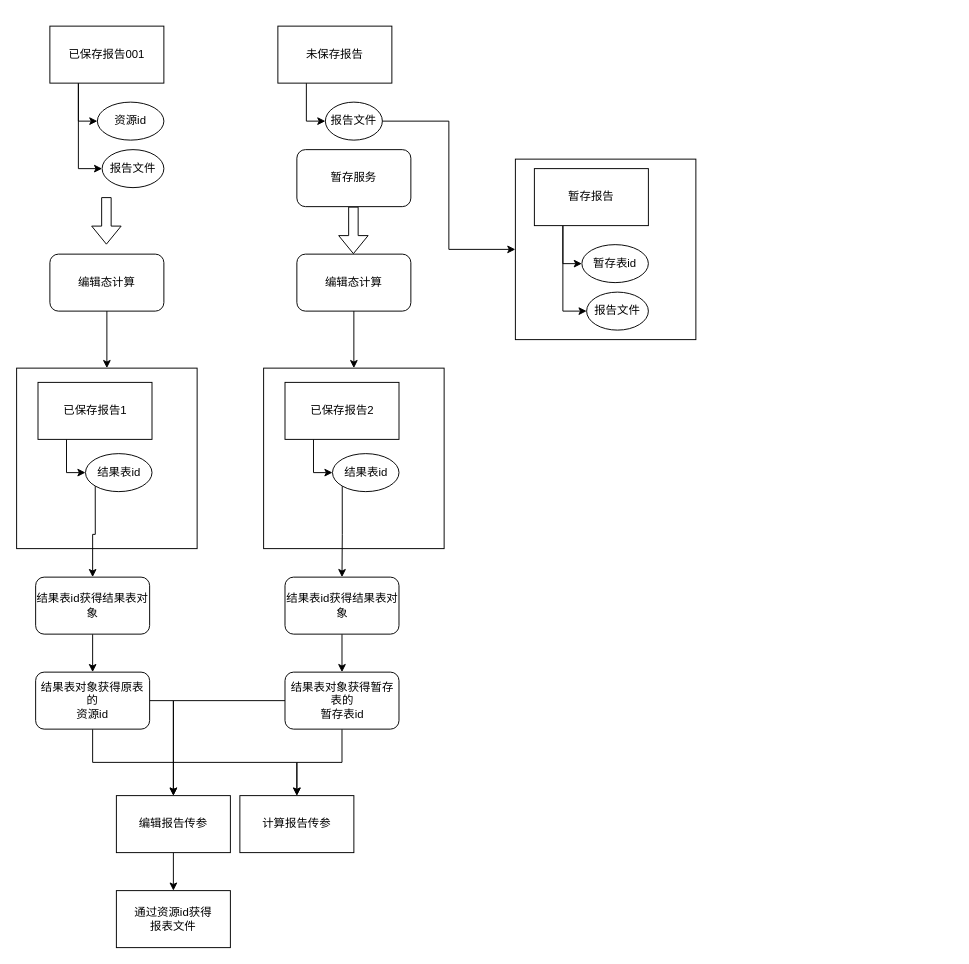
NyarAlex/blog keeps this draw.io diagram as 计算后计算图解.drawio. Above is the earlier version. Source tidied: cells renumbered, new cells numbered last; positions are measured from the earlier drawing's top-left corner, leaving out a move shared by most shapes. Both pictures are drawn from the tidied source at 95%, with x=0, y=0 at pixel (16, 26).
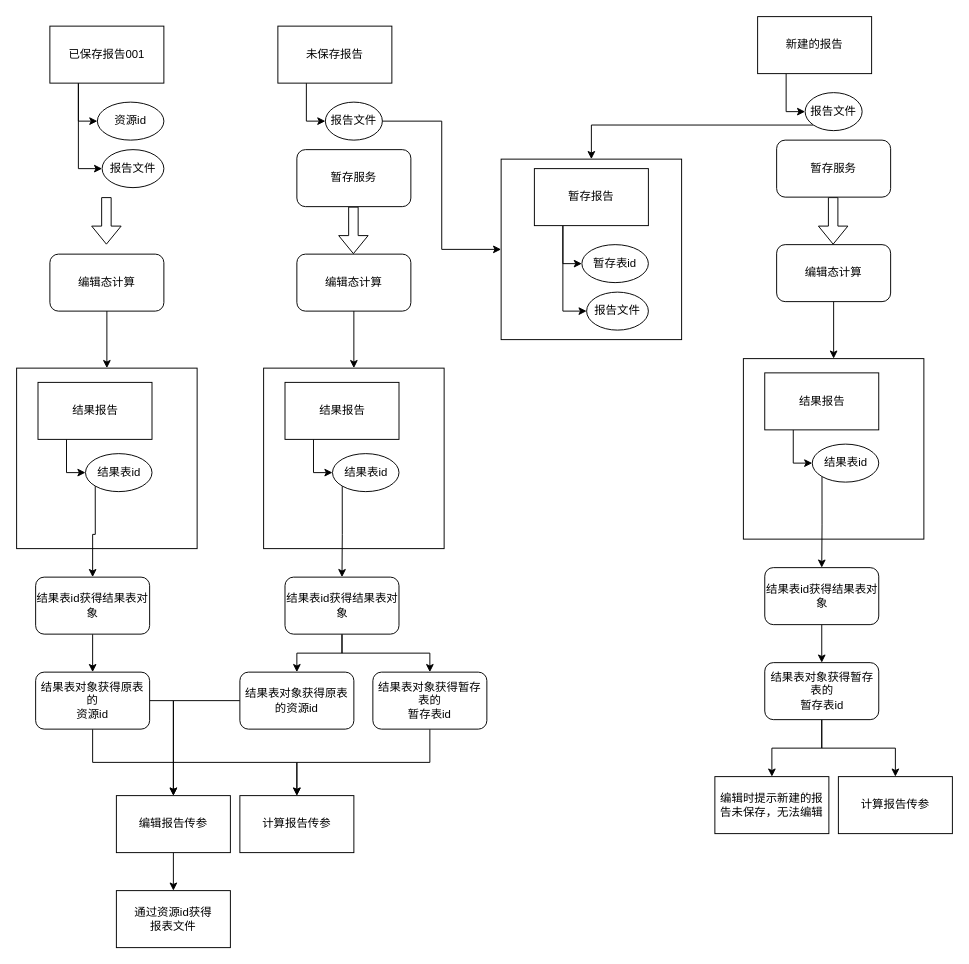
The same diagram, later.

Commit message (it also covers changes not shown here):
更新计算后计算图解.drawio

The change refers to these unchanged cells:
```xml
<mxCell id="35" value="编辑报告传参" style="rounded=0;whiteSpace=wrap;html=1;" parent="1" vertex="1">
  <mxGeometry x="105" y="810" width="120" height="60" as="geometry" />
</mxCell>
<mxCell id="43" value="结果表id获得结果表对象" style="rounded=1;whiteSpace=wrap;html=1;" parent="1" vertex="1">
  <mxGeometry x="282.5" y="580" width="120" height="60" as="geometry" />
</mxCell>
```

What changed in the source:
```diff
@@
-    <mxCell id="15" value="已保存报告1" style="rounded=0;whiteSpace=wrap;html=1;" parent="1" vertex="1">
+    <mxCell id="15" value="结果报告" style="rounded=0;whiteSpace=wrap;html=1;" parent="1" vertex="1">
       <mxGeometry x="22.5" y="375" width="120" height="60" as="geometry" />
     </mxCell>
@@
-    <mxCell id="23" value="已保存报告2" style="rounded=0;whiteSpace=wrap;html=1;" parent="1" vertex="1">
+    <mxCell id="23" value="结果报告" style="rounded=0;whiteSpace=wrap;html=1;" parent="1" vertex="1">
       <mxGeometry x="282.5" y="375" width="120" height="60" as="geometry" />
     </mxCell>
@@
     <mxCell id="26" style="rounded=0;whiteSpace=wrap;html=1;" parent="1" vertex="1">
-      <mxGeometry x="525" y="140" width="190" height="190" as="geometry" />
+      <mxGeometry x="510" y="140" width="190" height="190" as="geometry" />
     </mxCell>
@@
+    <mxCell id="48" style="edgeStyle=orthogonalEdgeStyle;rounded=0;jettySize=auto;html=1;exitX=0.5;exitY=1;exitDx=0;exitDy=0;entryX=0.5;entryY=0;entryDx=0;entryDy=0;" parent="1" edge="1" source="43" target="70">
+      <mxGeometry relative="1" as="geometry" />
+    </mxCell>
@@
-    <mxCell id="44" style="edgeStyle=orthogonalEdgeStyle;rounded=0;jettySize=auto;html=1;exitX=0;exitY=0.5;exitDx=0;exitDy=0;entryX=0.5;entryY=0;entryDx=0;entryDy=0;" parent="1" edge="1" source="46" target="35">
-      <mxGeometry relative="1" as="geometry" />
-    </mxCell>
@@
     <mxCell id="46" value="结果表对象获得暂存表的&lt;br&gt;暂存表id" style="rounded=1;whiteSpace=wrap;html=1;" parent="1" vertex="1">
-      <mxGeometry x="282.5" y="680" width="120" height="60" as="geometry" />
+      <mxGeometry x="375" y="680" width="120" height="60" as="geometry" />
     </mxCell>
@@
+    <mxCell id="49" style="edgeStyle=orthogonalEdgeStyle;rounded=0;jettySize=auto;html=1;exitX=0.25;exitY=1;exitDx=0;exitDy=0;entryX=0;entryY=0.5;entryDx=0;entryDy=0;" parent="1" edge="1" source="50" target="52">
+      <mxGeometry relative="1" as="geometry" />
+    </mxCell>
+    <mxCell id="50" value="新建的报告" style="rounded=0;whiteSpace=wrap;html=1;" parent="1" vertex="1">
+      <mxGeometry x="780" y="-10" width="120" height="60" as="geometry" />
+    </mxCell>
+    <mxCell id="51" style="edgeStyle=orthogonalEdgeStyle;rounded=0;jettySize=auto;html=1;exitX=0;exitY=1;exitDx=0;exitDy=0;" parent="1" edge="1" source="52" target="26">
+      <mxGeometry relative="1" as="geometry" />
+    </mxCell>
+    <mxCell id="52" value="报告文件" style="ellipse;whiteSpace=wrap;html=1;" parent="1" vertex="1">
+      <mxGeometry x="830" y="70" width="60" height="40" as="geometry" />
+    </mxCell>
+    <mxCell id="53" style="shape=flexArrow;endArrow=classic;html=1;rounded=0;" parent="1" edge="1">
+      <mxGeometry relative="1" as="geometry">
+        <mxPoint x="859.5" y="180" as="sourcePoint" />
+        <mxPoint x="859.5" y="230" as="targetPoint" />
+      </mxGeometry>
+    </mxCell>
+    <mxCell id="54" style="edgeStyle=orthogonalEdgeStyle;rounded=0;jettySize=auto;html=1;exitX=0.5;exitY=1;exitDx=0;exitDy=0;" parent="1" edge="1" source="55" target="56">
+      <mxGeometry relative="1" as="geometry" />
+    </mxCell>
+    <mxCell id="55" value="&lt;span&gt;编辑态计算&lt;/span&gt;" style="rounded=1;whiteSpace=wrap;html=1;" parent="1" vertex="1">
+      <mxGeometry x="800" y="230" width="120" height="60" as="geometry" />
+    </mxCell>
+    <mxCell id="56" style="whiteSpace=wrap;html=1;" parent="1" vertex="1">
+      <mxGeometry x="765" y="350" width="190" height="190" as="geometry" />
+    </mxCell>
+    <mxCell id="57" style="edgeStyle=orthogonalEdgeStyle;rounded=0;jettySize=auto;html=1;exitX=0.25;exitY=1;exitDx=0;exitDy=0;entryX=0;entryY=0.5;entryDx=0;entryDy=0;" parent="1" edge="1" source="58" target="60">
+      <mxGeometry relative="1" as="geometry" />
+    </mxCell>
+    <mxCell id="58" value="结果报告" style="rounded=0;whiteSpace=wrap;html=1;" parent="1" vertex="1">
+      <mxGeometry x="787.5" y="365" width="120" height="60" as="geometry" />
+    </mxCell>
+    <mxCell id="59" style="edgeStyle=orthogonalEdgeStyle;rounded=0;jettySize=auto;html=1;exitX=0;exitY=1;exitDx=0;exitDy=0;entryX=0.5;entryY=0;entryDx=0;entryDy=0;" parent="1" edge="1" source="60" target="63">
+      <mxGeometry relative="1" as="geometry" />
+    </mxCell>
+    <mxCell id="60" value="结果表id" style="ellipse;whiteSpace=wrap;html=1;" parent="1" vertex="1">
+      <mxGeometry x="837.5" y="440" width="70" height="40" as="geometry" />
+    </mxCell>
+    <mxCell id="61" value="暂存服务" style="rounded=1;whiteSpace=wrap;html=1;" parent="1" vertex="1">
+      <mxGeometry x="800" y="120" width="120" height="60" as="geometry" />
+    </mxCell>
+    <mxCell id="62" style="edgeStyle=orthogonalEdgeStyle;rounded=0;jettySize=auto;html=1;exitX=0.5;exitY=1;exitDx=0;exitDy=0;" parent="1" edge="1" source="63" target="66">
+      <mxGeometry relative="1" as="geometry" />
+    </mxCell>
+    <mxCell id="63" value="结果表id获得结果表对象" style="rounded=1;whiteSpace=wrap;html=1;" parent="1" vertex="1">
+      <mxGeometry x="787.5" y="570" width="120" height="60" as="geometry" />
+    </mxCell>
+    <mxCell id="64" style="edgeStyle=orthogonalEdgeStyle;rounded=0;jettySize=auto;html=1;exitX=0.5;exitY=1;exitDx=0;exitDy=0;" parent="1" edge="1" source="66" target="67">
+      <mxGeometry relative="1" as="geometry" />
+    </mxCell>
+    <mxCell id="65" style="edgeStyle=orthogonalEdgeStyle;rounded=0;jettySize=auto;html=1;exitX=0.5;exitY=1;exitDx=0;exitDy=0;" parent="1" edge="1" source="66" target="68">
+      <mxGeometry relative="1" as="geometry" />
+    </mxCell>
+    <mxCell id="66" value="结果表对象获得暂存表的&lt;br&gt;暂存表id" style="rounded=1;whiteSpace=wrap;html=1;" parent="1" vertex="1">
+      <mxGeometry x="787.5" y="670" width="120" height="60" as="geometry" />
+    </mxCell>
+    <mxCell id="67" value="编辑时提示新建的报告未保存，无法编辑" style="rounded=0;whiteSpace=wrap;html=1;" parent="1" vertex="1">
+      <mxGeometry x="735" y="790" width="120" height="60" as="geometry" />
+    </mxCell>
+    <mxCell id="68" value="计算报告传参" style="rounded=0;whiteSpace=wrap;html=1;" parent="1" vertex="1">
+      <mxGeometry x="865" y="790" width="120" height="60" as="geometry" />
+    </mxCell>
+    <mxCell id="69" style="edgeStyle=orthogonalEdgeStyle;rounded=0;jettySize=auto;html=1;exitX=0;exitY=0.5;exitDx=0;exitDy=0;" parent="1" edge="1" source="70" target="35">
+      <mxGeometry relative="1" as="geometry" />
+    </mxCell>
+    <mxCell id="70" value="结果表对象获得原表的资源id" style="rounded=1;whiteSpace=wrap;html=1;" parent="1" vertex="1">
+      <mxGeometry x="235" y="680" width="120" height="60" as="geometry" />
+    </mxCell>
```
